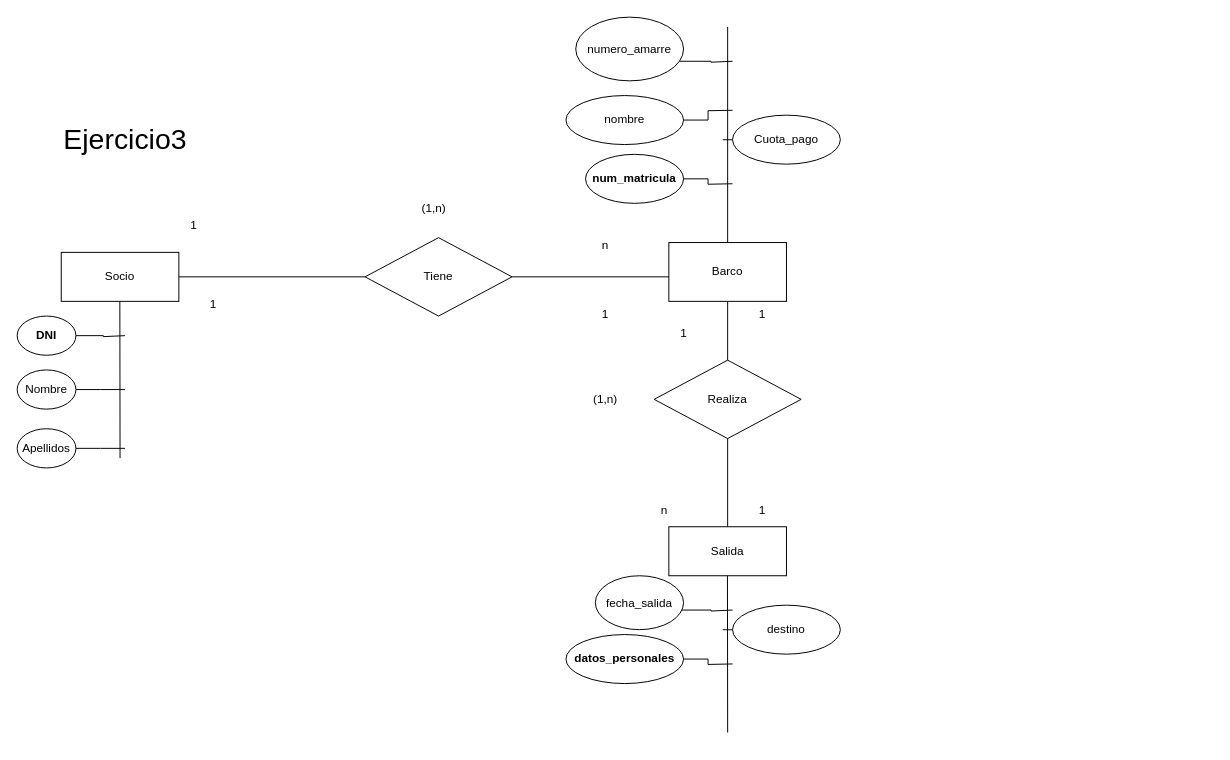
Earlier version of the draw.io diagram ejercicio3.drawio (victorsanchezr/abril23diagrama). Source tidied: cells renumbered, new cells numbered last; positions are measured from the earlier drawing's top-left corner, leaving out a move shared by most shapes. Both pictures are drawn from the tidied source at 98%, with x=0, y=0 at pixel (17, 17).
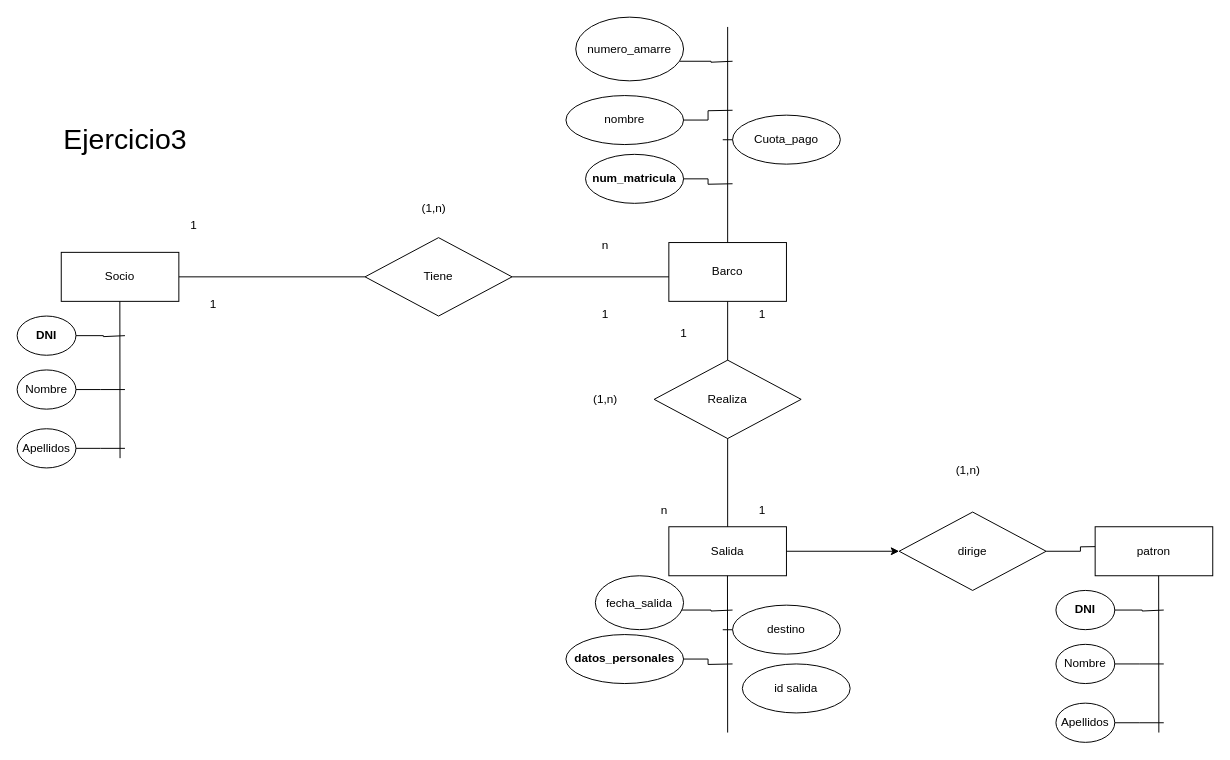
Above is the later version.

Unchanged cells that the change refers to:
```xml
<mxCell id="5" value="Salida" style="rounded=0;whiteSpace=wrap;html=1;" parent="1" vertex="1">
  <mxGeometry x="665" y="520" width="120" height="50" as="geometry" />
</mxCell>
```

What changed in the source:
```diff
@@
+    <mxCell id="43" style="edgeStyle=orthogonalEdgeStyle;rounded=0;jettySize=auto;html=1;exitX=1;exitY=0.5;exitDx=0;exitDy=0;" parent="1" edge="1" source="47">
+      <mxGeometry relative="1" as="geometry">
+        <mxPoint x="1120" y="540" as="targetPoint" />
+      </mxGeometry>
+    </mxCell>
@@
+    <mxCell id="44" value="id salida" style="ellipse;whiteSpace=wrap;html=1;" parent="1" vertex="1">
+      <mxGeometry x="740" y="660" width="110" height="50" as="geometry" />
+    </mxCell>
+    <mxCell id="45" value="patron" style="rounded=0;whiteSpace=wrap;html=1;" parent="1" vertex="1">
+      <mxGeometry x="1100" y="520" width="120" height="50" as="geometry" />
+    </mxCell>
+    <mxCell id="46" style="edgeStyle=orthogonalEdgeStyle;rounded=0;jettySize=auto;html=1;exitX=1;exitY=0.5;exitDx=0;exitDy=0;" parent="1" edge="1" source="5" target="47">
+      <mxGeometry relative="1" as="geometry" />
+    </mxCell>
+    <mxCell id="47" value="dirige" style="rhombus;whiteSpace=wrap;html=1;" parent="1" vertex="1">
+      <mxGeometry x="900" y="505" width="150" height="80" as="geometry" />
+    </mxCell>
+    <mxCell id="48" style="endArrow=none;html=1;rounded=0;entryX=0.5;entryY=1;entryDx=0;entryDy=0;" parent="1" edge="1">
+      <mxGeometry relative="1" as="geometry">
+        <mxPoint x="1165" y="730" as="sourcePoint" />
+        <mxPoint x="1164.8" y="570" as="targetPoint" />
+      </mxGeometry>
+    </mxCell>
+    <mxCell id="49" style="edgeStyle=orthogonalEdgeStyle;rounded=0;jettySize=auto;html=1;endArrow=none;endFill=0;" parent="1" edge="1" source="50">
+      <mxGeometry relative="1" as="geometry">
+        <mxPoint x="1170" y="605" as="targetPoint" />
+        <Array as="points">
+          <mxPoint x="1148" y="605" />
+          <mxPoint x="1170" y="606" />
+        </Array>
+      </mxGeometry>
+    </mxCell>
+    <mxCell id="50" value="&lt;b&gt;DNI&lt;/b&gt;" style="ellipse;whiteSpace=wrap;html=1;" parent="1" vertex="1">
+      <mxGeometry x="1060" y="585" width="60" height="40" as="geometry" />
+    </mxCell>
+    <mxCell id="51" style="edgeStyle=orthogonalEdgeStyle;rounded=0;jettySize=auto;html=1;endArrow=none;endFill=0;" parent="1" edge="1" source="52">
+      <mxGeometry relative="1" as="geometry">
+        <mxPoint x="1170" y="660" as="targetPoint" />
+      </mxGeometry>
+    </mxCell>
+    <mxCell id="52" value="Nombre" style="ellipse;whiteSpace=wrap;html=1;" parent="1" vertex="1">
+      <mxGeometry x="1060" y="640" width="60" height="40" as="geometry" />
+    </mxCell>
+    <mxCell id="53" style="edgeStyle=orthogonalEdgeStyle;rounded=0;jettySize=auto;html=1;endArrow=none;endFill=0;" parent="1" edge="1" source="54">
+      <mxGeometry relative="1" as="geometry">
+        <mxPoint x="1170" y="720" as="targetPoint" />
+      </mxGeometry>
+    </mxCell>
+    <mxCell id="54" value="Apellidos" style="ellipse;whiteSpace=wrap;html=1;" parent="1" vertex="1">
+      <mxGeometry x="1060" y="700" width="60" height="40" as="geometry" />
+    </mxCell>
+    <mxCell id="55" value="(1,n)" style="text;html=1;align=center;verticalAlign=middle;strokeColor=none;fillColor=none;" parent="1" vertex="1">
+      <mxGeometry x="945" y="448" width="50" height="30" as="geometry" />
+    </mxCell>
```
